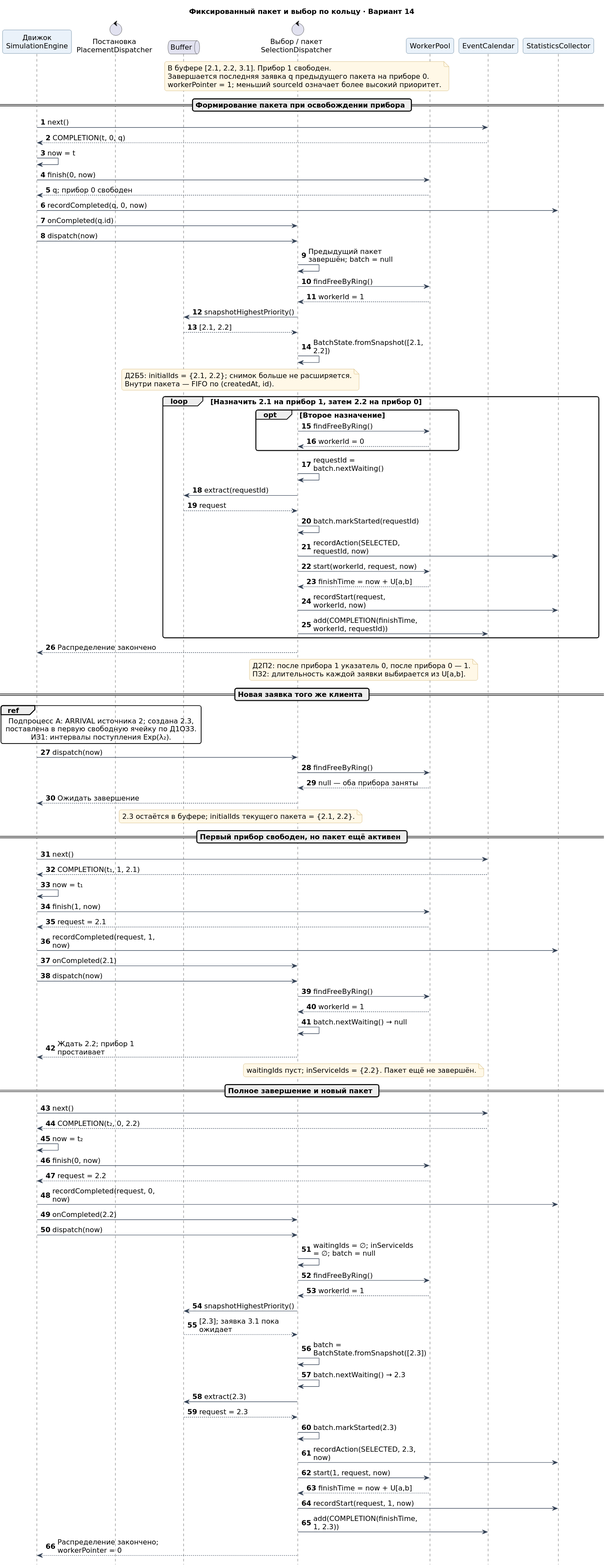
Danya-byte/learn-aps keeps this PlantUML diagram as docs/diagrams/sequence/package-processing.svg. Above is the earlier version.
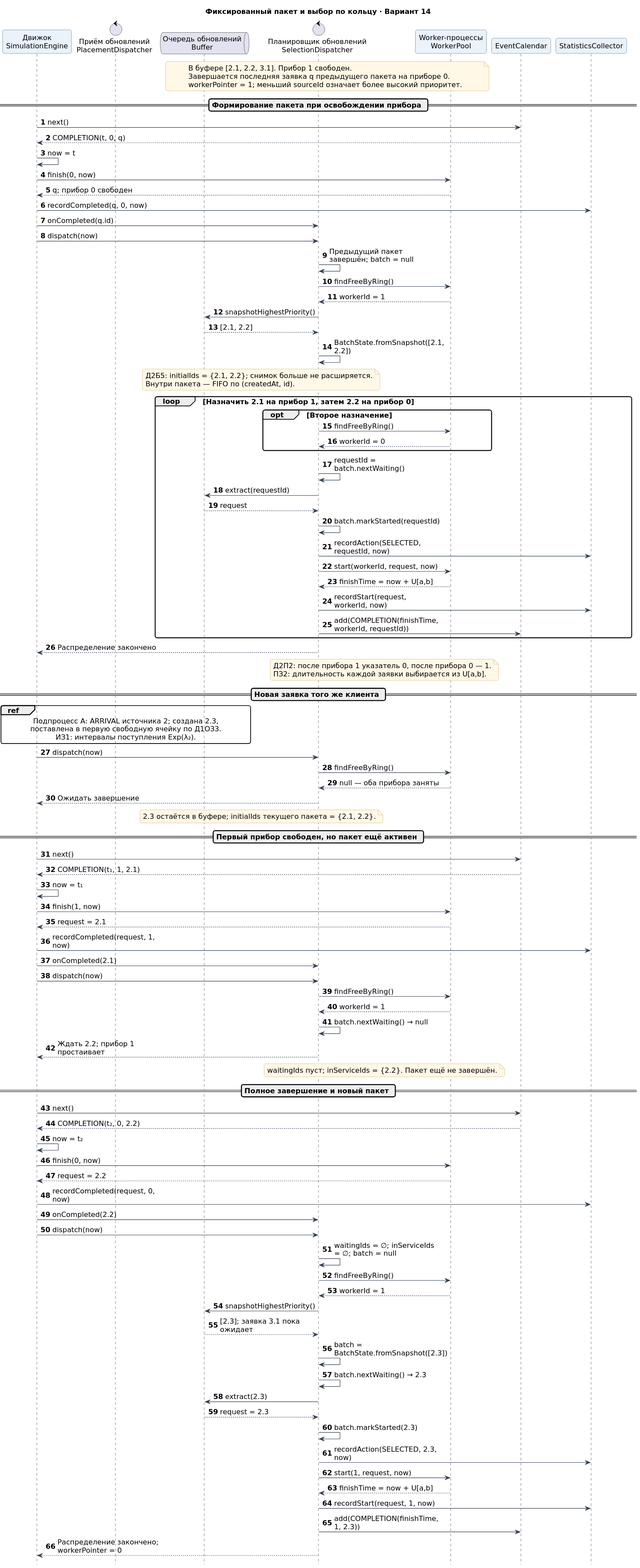
After the change.

What changed in the source:
```diff
@@ -25,10 +25,10 @@
 title Фиксированный пакет и выбор по кольцу · Вариант 14
 
 participant "Движок\nSimulationEngine" as E
-control "Постановка\nPlacementDispatcher" as P
-queue "Buffer" as B
-control "Выбор / пакет\nSelectionDispatcher" as D
-participant "WorkerPool" as W
+control "Приём обновлений\nPlacementDispatcher" as P
+queue "Очередь обновлений\nBuffer" as B
+control "Планировщик обновлений\nSelectionDispatcher" as D
+participant "Worker-процессы\nWorkerPool" as W
 participant "EventCalendar" as C
 participant "StatisticsCollector" as ST
 
```
